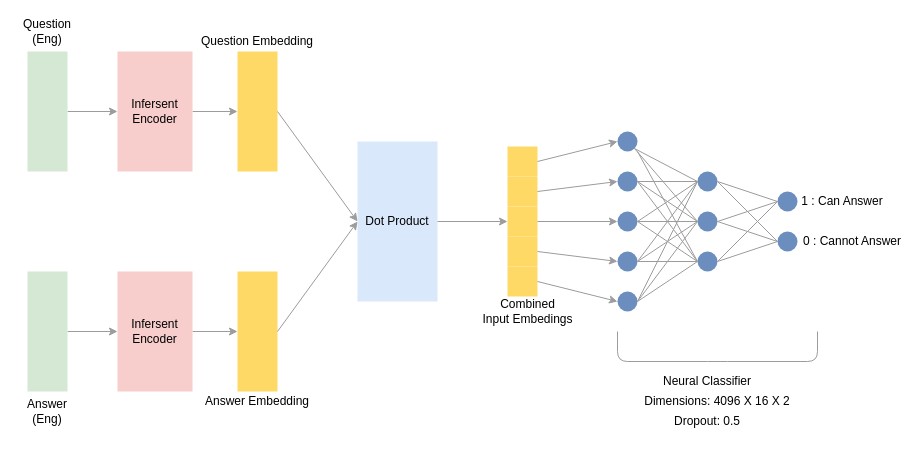
The draw.io diagram charts/classifier.drawio in miteshksingh/AdversarialQuestionGeneration, before the edit. Source tidied: cells renumbered, new cells numbered last; positions are measured from the earlier drawing's top-left corner, leaving out a move shared by most shapes. Both pictures are drawn from the tidied source at 100%, with x=0, y=0 at pixel (17, 21).
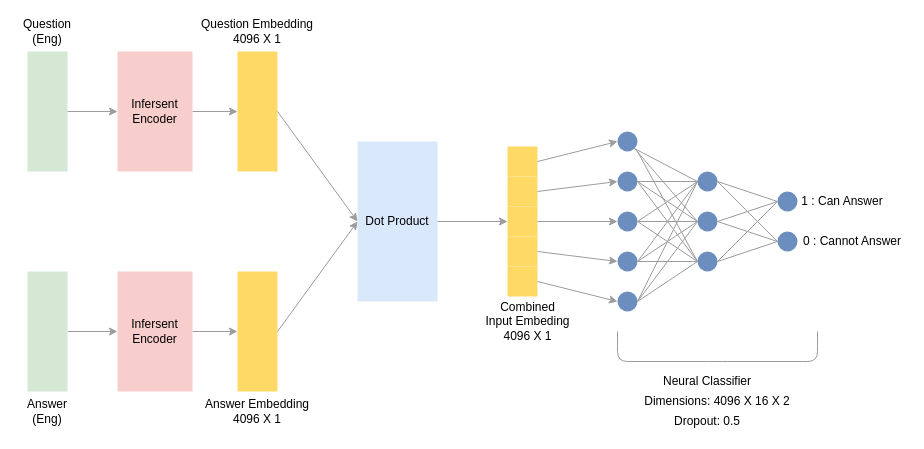
After the change.

Commit message (it also covers changes not shown here):
updating classifier architecture diagram

Change to the diagram source:
```diff
@@
-    <mxCell id="35" value="Question Embedding" style="text;html=1;strokeColor=none;fillColor=none;align=center;verticalAlign=middle;whiteSpace=wrap;rounded=0;" parent="1" vertex="1">
-      <mxGeometry x="180" y="10" width="120" height="20" as="geometry" />
+    <mxCell id="35" value="Question Embedding&lt;br&gt;4096 X 1" style="text;html=1;strokeColor=none;fillColor=none;align=center;verticalAlign=middle;whiteSpace=wrap;rounded=0;" parent="1" vertex="1">
+      <mxGeometry x="180" width="120" height="20" as="geometry" />
     </mxCell>
-    <mxCell id="36" value="Answer Embedding" style="text;html=1;strokeColor=none;fillColor=none;align=center;verticalAlign=middle;whiteSpace=wrap;rounded=0;" parent="1" vertex="1">
-      <mxGeometry x="180" y="370" width="120" height="20" as="geometry" />
+    <mxCell id="36" value="Answer Embedding&lt;br&gt;4096 X 1" style="text;html=1;strokeColor=none;fillColor=none;align=center;verticalAlign=middle;whiteSpace=wrap;rounded=0;" parent="1" vertex="1">
+      <mxGeometry x="180" y="380" width="120" height="20" as="geometry" />
     </mxCell>
@@
-    <mxCell id="52" value="Combined &lt;br&gt;Input Embedings" style="text;html=1;align=center;verticalAlign=middle;" parent="1" vertex="1">
-      <mxGeometry x="455" y="275" width="110" height="30" as="geometry" />
+    <mxCell id="52" value="Combined &lt;br&gt;Input Embeding&lt;br&gt;4096 X 1" style="text;html=1;align=center;verticalAlign=middle;" parent="1" vertex="1">
+      <mxGeometry x="460" y="275" width="100" height="50" as="geometry" />
     </mxCell>
```
